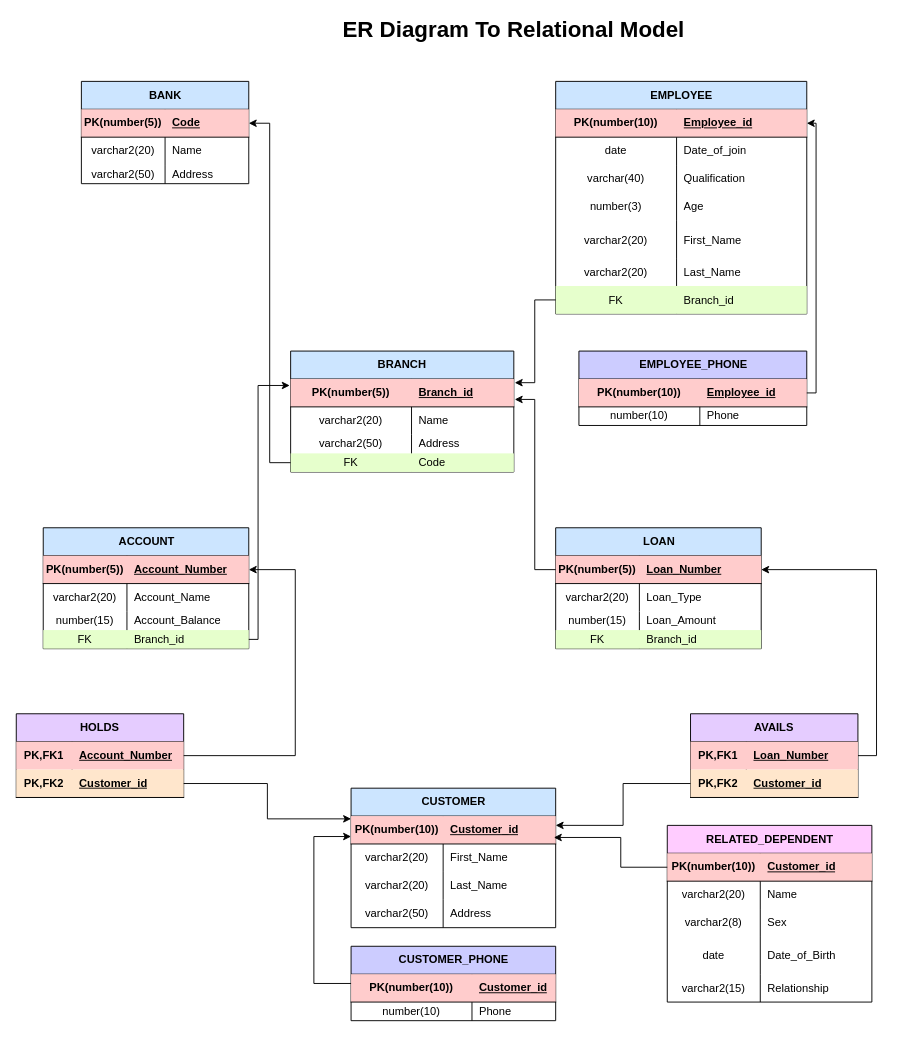
Earlier version of the draw.io diagram page "Page-2" (2 of 2) of Relational_model_from_ER_Diagram.drawio (Anurag404OpenSourceRules/Bank-Management-System-ERD). Source tidied: cells renumbered, new cells numbered last; positions are measured from the earlier drawing's top-left corner, leaving out a move shared by most shapes. Both pictures are drawn from the tidied source at 93%, with x=0, y=0 at pixel (16, 16).
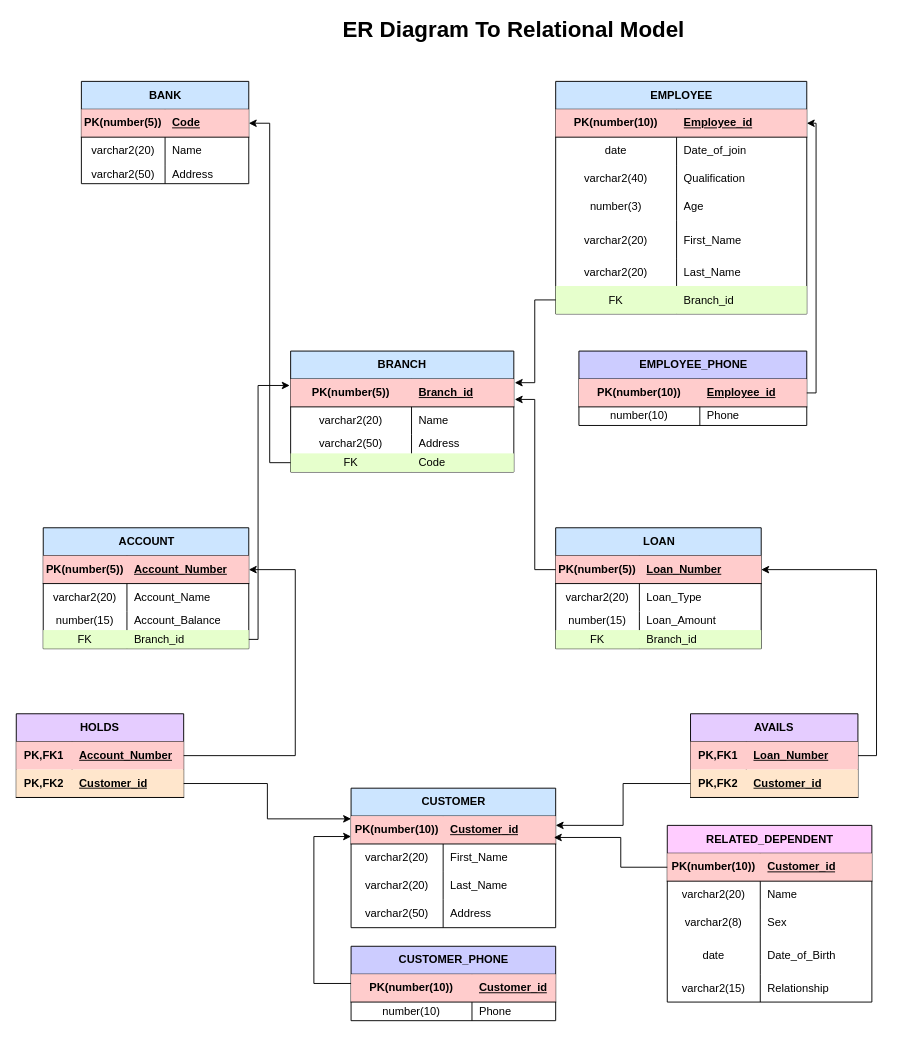
Above is the later version.

The change refers to these unchanged cells:
```xml
<mxCell id="33" style="shape=tableRow;horizontal=0;startSize=0;swimlaneHead=0;swimlaneBody=0;fillColor=none;top=0;left=0;right=0;bottom=0;" parent="26" vertex="1">
  <mxGeometry y="90" width="270" height="30" as="geometry" />
</mxCell>
```

The edit, as a diff of the source:
```diff
@@
-    <mxCell id="34" value="varchar(40)" style="shape=partialRectangle;fillColor=none;top=0;left=0;bottom=0;right=0;overflow=hidden;whiteSpace=wrap;html=1;" parent="33" vertex="1">
+    <mxCell id="34" value="varchar2(40)" style="shape=partialRectangle;fillColor=none;top=0;left=0;bottom=0;right=0;overflow=hidden;whiteSpace=wrap;html=1;" parent="33" vertex="1">
       <mxGeometry width="130" height="30" as="geometry" />
     </mxCell>
```
